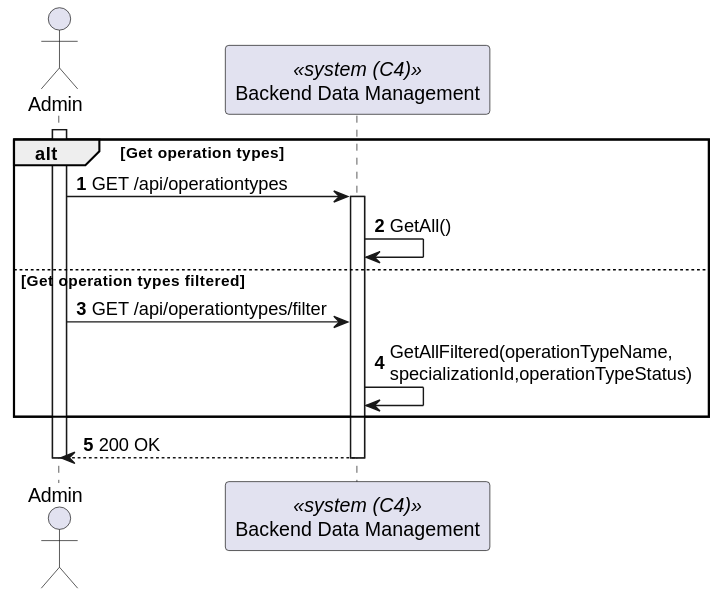
Above: docs/sprint-a/us-5.1.23/views/level2/process-view.svg in 1220846/sem5pi-24-25-3ddg20 (PlantUML), before the change.
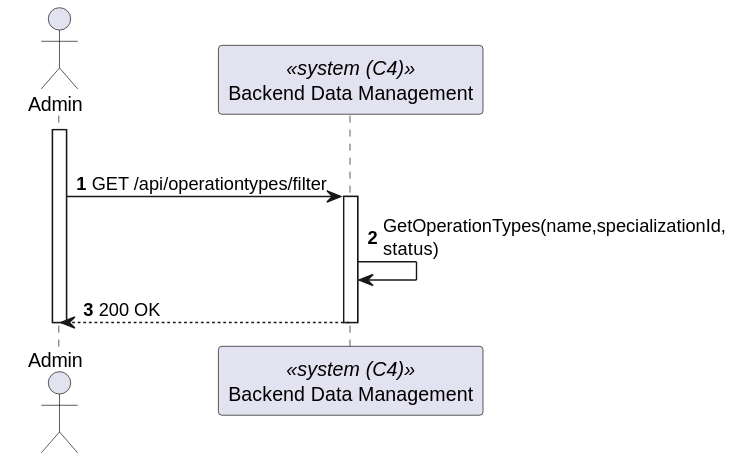
Above is the later version.

Commit message:
docs: process-view level 3 and fix level2 #23

Change to the diagram source:
```diff
@@ -7,17 +7,12 @@
 activate Admin
 
     alt Get operation types
-        Admin-> BackendDataManagement : GET /api/operationtypes
+        Admin-> BackendDataManagement : GET /api/operationtypes/filter
 
         activate BackendDataManagement
 
-            BackendDataManagement -> BackendDataManagement : GetAll()
+            BackendDataManagement -> BackendDataManagement : GetOperationTypes(name,specializationId,\nstatus)
 
-    else Get operation types filtered
-        Admin-> BackendDataManagement : GET /api/operationtypes/filter
-
-            BackendDataManagement -> BackendDataManagement : GetAllFiltered(operationTypeName,\nspecializationId,operationTypeStatus)
-    end
         Admin <-- BackendDataManagement : 200 OK
         deactivate BackendDataManagement
 
```
